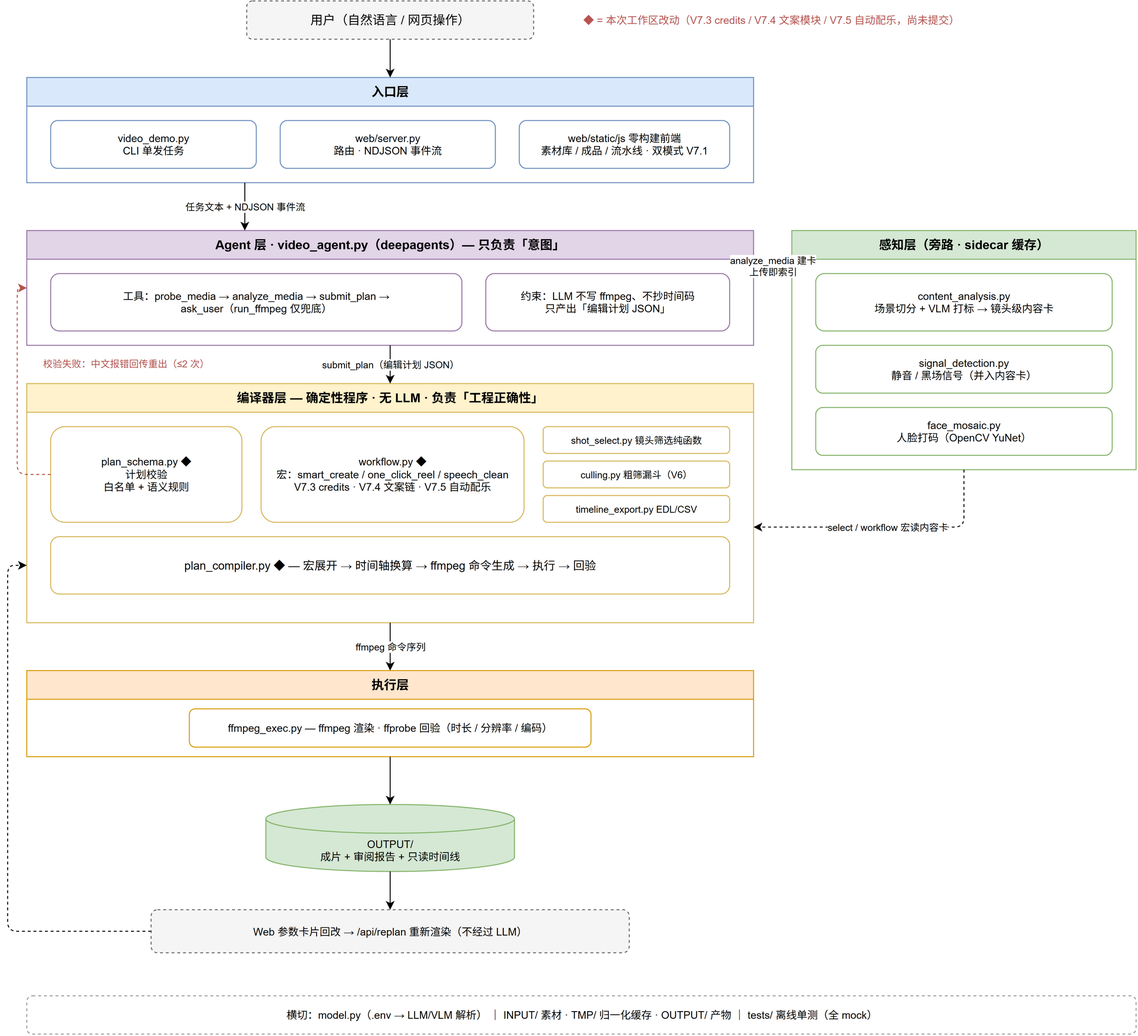
Above: docs/architecture-p1-layers.drawio.png in CoderPro-young/SmartTrimAgent- (draw.io), before the change. Source tidied: cells renumbered, new cells last; positions are measured from the earlier drawing's top-left corner, leaving out a move shared by most shapes.
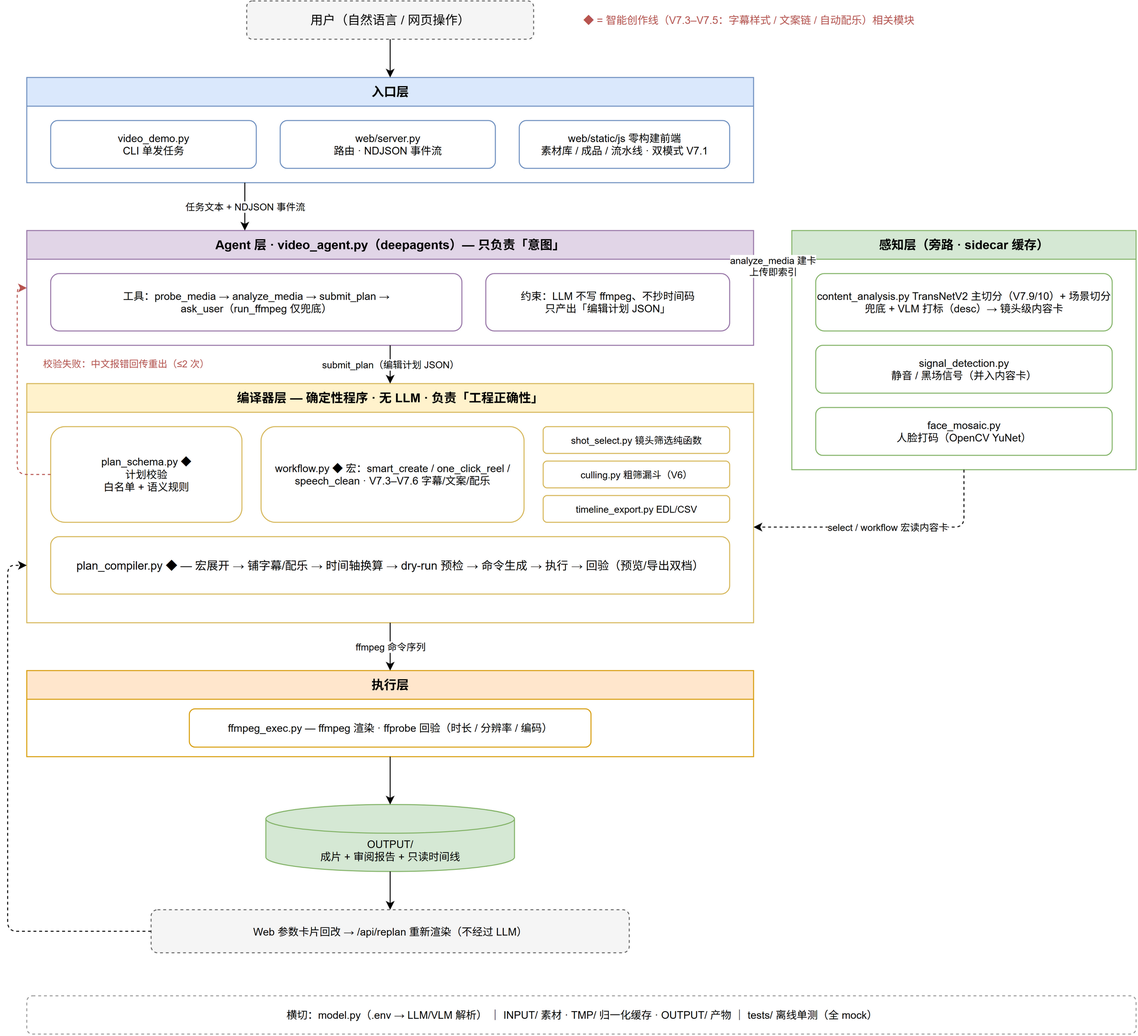
The same file after the commit.

What changed in the source:
```diff
@@ -5,7 +5,7 @@
     <mxCell id="2" value="用户（自然语言 / 网页操作）" style="rounded=1;whiteSpace=wrap;html=1;dashed=1;fillColor=#f5f5f5;strokeColor=#666666;fontSize=13;" parent="1" vertex="1">
       <mxGeometry x="250" width="300" height="40" as="geometry" />
     </mxCell>
-    <mxCell id="3" value="◆ = 本次工作区改动（V7.3 credits / V7.4 文案模块 / V7.5 自动配乐，尚未提交）" style="text;html=1;align=left;verticalAlign=middle;fontColor=#b85450;fontSize=11;" parent="1" vertex="1">
+    <mxCell id="3" value="◆ = 智能创作线（V7.3–V7.5：字幕样式 / 文案链 / 自动配乐）相关模块" style="text;html=1;align=left;verticalAlign=middle;fontColor=#b85450;fontSize=11;" parent="1" vertex="1">
       <mxGeometry x="600" y="5" width="580" height="30" as="geometry" />
     </mxCell>
     <mxCell id="4" value="入口层" style="swimlane;startSize=30;html=1;whiteSpace=wrap;fontSize=13;fontStyle=1;fillColor=#dae8fc;strokeColor=#6c8ebf;" parent="1" vertex="1">
@@ -32,7 +32,7 @@
     <mxCell id="11" value="感知层（旁路 · sidecar 缓存）" style="swimlane;startSize=30;html=1;whiteSpace=wrap;fontSize=13;fontStyle=1;fillColor=#d5e8d4;strokeColor=#82b366;" parent="1" vertex="1">
       <mxGeometry x="820" y="240" width="360" height="250" as="geometry" />
     </mxCell>
-    <mxCell id="12" value="content_analysis.py&#10;场景切分 + VLM 打标 → 镜头级内容卡" style="rounded=1;whiteSpace=wrap;html=1;fillColor=#ffffff;strokeColor=#82b366;fontSize=11;" parent="11" vertex="1">
+    <mxCell id="12" value="content_analysis.py TransNetV2 主切分（V7.9/10）+ 场景切分兜底 + VLM 打标（desc）→ 镜头级内容卡" style="rounded=1;whiteSpace=wrap;html=1;fillColor=#ffffff;strokeColor=#82b366;fontSize=11;" parent="11" vertex="1">
       <mxGeometry x="25" y="45" width="310" height="60" as="geometry" />
     </mxCell>
     <mxCell id="13" value="signal_detection.py&#10;静音 / 黑场信号（并入内容卡）" style="rounded=1;whiteSpace=wrap;html=1;fillColor=#ffffff;strokeColor=#82b366;fontSize=11;" parent="11" vertex="1">
@@ -47,7 +47,7 @@
     <mxCell id="16" value="plan_schema.py ◆&#10;计划校验&#10;白名单 + 语义规则" style="rounded=1;whiteSpace=wrap;html=1;fillColor=#ffffff;strokeColor=#d6b656;fontSize=11;" parent="15" vertex="1">
       <mxGeometry x="25" y="45" width="200" height="100" as="geometry" />
     </mxCell>
-    <mxCell id="17" value="workflow.py ◆&#10;宏：smart_create / one_click_reel / speech_clean&#10;V7.3 credits · V7.4 文案链 · V7.5 自动配乐" style="rounded=1;whiteSpace=wrap;html=1;fillColor=#ffffff;strokeColor=#d6b656;fontSize=11;" parent="15" vertex="1">
+    <mxCell id="17" value="workflow.py ◆ 宏：smart_create / one_click_reel / speech_clean · V7.3–V7.6 字幕/文案/配乐" style="rounded=1;whiteSpace=wrap;html=1;fillColor=#ffffff;strokeColor=#d6b656;fontSize=11;" parent="15" vertex="1">
       <mxGeometry x="245" y="45" width="275" height="100" as="geometry" />
     </mxCell>
     <mxCell id="18" value="shot_select.py 镜头筛选纯函数" style="rounded=1;whiteSpace=wrap;html=1;fillColor=#ffffff;strokeColor=#d6b656;fontSize=10;" parent="15" vertex="1">
@@ -59,7 +59,7 @@
     <mxCell id="20" value="timeline_export.py EDL/CSV" style="rounded=1;whiteSpace=wrap;html=1;fillColor=#ffffff;strokeColor=#d6b656;fontSize=10;" parent="15" vertex="1">
       <mxGeometry x="540" y="117" width="195" height="28" as="geometry" />
     </mxCell>
-    <mxCell id="21" value="plan_compiler.py ◆ — 宏展开 → 时间轴换算 → ffmpeg 命令生成 → 执行 → 回验" style="rounded=1;whiteSpace=wrap;html=1;fillColor=#ffffff;strokeColor=#d6b656;fontSize=12;" parent="15" vertex="1">
+    <mxCell id="21" value="plan_compiler.py ◆ — 宏展开 → 铺字幕/配乐 → 时间轴换算 → dry-run 预检 → 命令生成 → 执行 → 回验（预览/导出双档）" style="rounded=1;whiteSpace=wrap;html=1;fillColor=#ffffff;strokeColor=#d6b656;fontSize=12;" parent="15" vertex="1">
       <mxGeometry x="25" y="160" width="710" height="60" as="geometry" />
     </mxCell>
     <mxCell id="22" value="执行层" style="swimlane;startSize=30;html=1;whiteSpace=wrap;fontSize=13;fontStyle=1;fillColor=#ffe6cc;strokeColor=#d79b00;" parent="1" vertex="1">
```
